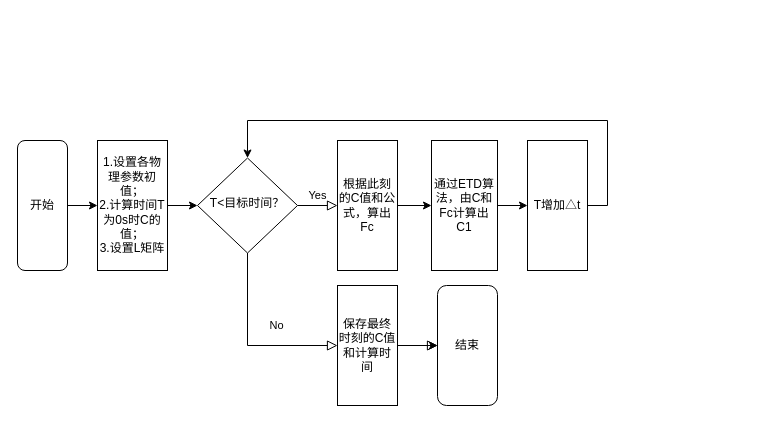
HimenoTowa/mpitutorial keeps this draw.io diagram as Untitled Diagram.drawio. Above is the earlier version. Source tidied: cells renumbered, new cells numbered last; positions are measured from the earlier drawing's top-left corner, leaving out a move shared by most shapes. Both pictures are drawn from the tidied source at 100%, with x=0, y=0 at pixel (17, 120).
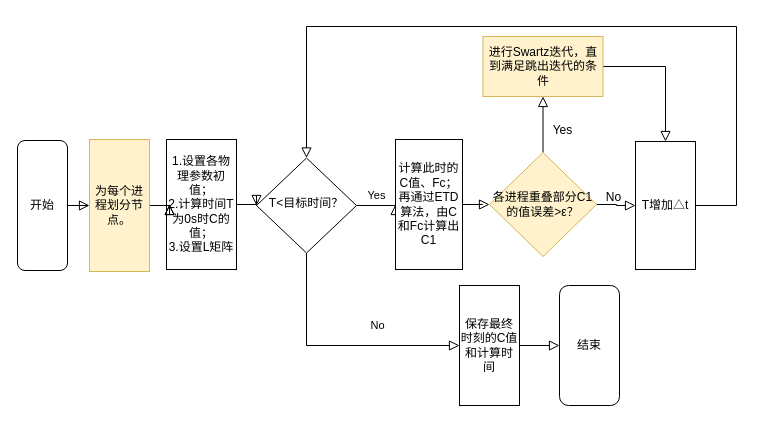
The same diagram, later.

Unchanged cells that the change refers to:
```xml
<mxCell id="3" value="开始" style="rounded=1;whiteSpace=wrap;html=1;fontSize=12;glass=0;strokeWidth=1;shadow=0;" parent="1" vertex="1">
  <mxGeometry y="20" width="50" height="130" as="geometry" />
</mxCell>
```

The edit, as a diff of the source:
```diff
@@
+    <mxCell id="19" style="edgeStyle=orthogonalEdgeStyle;rounded=0;jettySize=auto;html=1;shadow=0;labelBackgroundColor=none;endArrow=block;endFill=0;endSize=8;strokeWidth=1;" parent="1" edge="1" source="3" target="23">
+      <mxGeometry relative="1" as="geometry" />
+    </mxCell>
@@
     <mxCell id="5" value="T&amp;lt;目标时间？" style="rhombus;whiteSpace=wrap;html=1;shadow=0;fontFamily=Helvetica;fontSize=12;align=center;strokeWidth=1;spacing=6;spacingTop=-4;" parent="1" vertex="1">
-      <mxGeometry x="180" y="37.5" width="100" height="95" as="geometry" />
+      <mxGeometry x="239" y="37.5" width="100" height="95" as="geometry" />
     </mxCell>
     <mxCell id="6" value="结束" style="rounded=1;whiteSpace=wrap;html=1;fontSize=12;glass=0;strokeWidth=1;shadow=0;" parent="1" vertex="1">
-      <mxGeometry x="420" y="165" width="60" height="120" as="geometry" />
+      <mxGeometry x="542" y="165" width="60" height="120" as="geometry" />
     </mxCell>
-    <mxCell id="7" style="edgeStyle=orthogonalEdgeStyle;rounded=0;jettySize=auto;html=1;exitX=1;exitY=0.5;exitDx=0;exitDy=0;entryX=0;entryY=0.5;entryDx=0;entryDy=0;" parent="1" edge="1" source="3" target="8">
-      <mxGeometry relative="1" as="geometry" />
-    </mxCell>
+    <mxCell id="9" style="edgeStyle=orthogonalEdgeStyle;rounded=0;jettySize=auto;html=1;shadow=0;labelBackgroundColor=none;endArrow=block;endFill=0;endSize=8;strokeWidth=1;" parent="1" edge="1" source="8" target="5">
+      <mxGeometry relative="1" as="geometry" />
+    </mxCell>
     <mxCell id="8" value="1.设置各物理参数初值；&lt;br&gt;2.计算时间T为0s时C的值；&lt;br&gt;3.设置L矩阵" style="rounded=0;whiteSpace=wrap;html=1;" parent="1" vertex="1">
-      <mxGeometry x="80" y="20" width="70" height="130" as="geometry" />
+      <mxGeometry x="149" y="19" width="70" height="130" as="geometry" />
     </mxCell>
-    <mxCell id="9" style="edgeStyle=orthogonalEdgeStyle;rounded=0;jettySize=auto;html=1;exitX=1;exitY=0.5;exitDx=0;exitDy=0;entryX=0;entryY=0.5;entryDx=0;entryDy=0;" parent="1" edge="1" source="8" target="5">
-      <mxGeometry relative="1" as="geometry" />
-    </mxCell>
+    <mxCell id="20" style="edgeStyle=orthogonalEdgeStyle;rounded=0;jettySize=auto;html=1;shadow=0;labelBackgroundColor=none;endArrow=block;endFill=0;endSize=8;strokeWidth=1;" parent="1" edge="1" source="10" target="26">
+      <mxGeometry relative="1" as="geometry" />
+    </mxCell>
-    <mxCell id="10" value="根据此刻的C值和公式，算出Fc" style="rounded=0;whiteSpace=wrap;html=1;" parent="1" vertex="1">
-      <mxGeometry x="320" y="20" width="60" height="130" as="geometry" />
+    <mxCell id="10" value="计算此时的C值、Fc；再通过ETD算法，由C和Fc计算出C1" style="rounded=0;whiteSpace=wrap;html=1;" parent="1" vertex="1">
+      <mxGeometry x="378" y="19" width="67" height="130" as="geometry" />
     </mxCell>
-    <mxCell id="11" value="通过ETD算法，由C和Fc计算出C1" style="rounded=0;whiteSpace=wrap;html=1;" parent="1" vertex="1">
-      <mxGeometry x="414" y="20" width="66" height="130" as="geometry" />
-    </mxCell>
@@
     <mxCell id="13" value="保存最终时刻的C值和计算时间" style="rounded=0;whiteSpace=wrap;html=1;" parent="1" vertex="1">
-      <mxGeometry x="320" y="165" width="60" height="120" as="geometry" />
+      <mxGeometry x="442" y="165" width="60" height="120" as="geometry" />
     </mxCell>
-    <mxCell id="14" style="edgeStyle=orthogonalEdgeStyle;rounded=0;jettySize=auto;html=1;entryX=0;entryY=0.5;entryDx=0;entryDy=0;exitX=1;exitY=0.5;exitDx=0;exitDy=0;" parent="1" edge="1" source="13" target="6">
-      <mxGeometry relative="1" as="geometry" />
-    </mxCell>
-    <mxCell id="15" style="edgeStyle=orthogonalEdgeStyle;rounded=0;jettySize=auto;html=1;entryX=0;entryY=0.5;entryDx=0;entryDy=0;exitX=1;exitY=0.5;exitDx=0;exitDy=0;" parent="1" edge="1" source="10" target="11">
-      <mxGeometry relative="1" as="geometry" />
-    </mxCell>
+    <mxCell id="18" style="edgeStyle=orthogonalEdgeStyle;rounded=0;jettySize=auto;html=1;entryX=0.5;entryY=0;entryDx=0;entryDy=0;shadow=0;labelBackgroundColor=none;endArrow=block;endFill=0;endSize=8;strokeWidth=1;" parent="1" edge="1" source="16" target="5">
+      <mxGeometry relative="1" as="geometry">
+        <Array as="points">
+          <mxPoint x="719" y="85" />
+          <mxPoint x="719" y="-94" />
+          <mxPoint x="289" y="-94" />
+        </Array>
+      </mxGeometry>
+    </mxCell>
     <mxCell id="16" value="T增加△t" style="rounded=0;whiteSpace=wrap;html=1;" parent="1" vertex="1">
-      <mxGeometry x="510" y="20" width="60" height="130" as="geometry" />
+      <mxGeometry x="618" y="21" width="60" height="128" as="geometry" />
     </mxCell>
-    <mxCell id="17" style="edgeStyle=orthogonalEdgeStyle;rounded=0;jettySize=auto;html=1;entryX=0;entryY=0.5;entryDx=0;entryDy=0;exitX=1;exitY=0.5;exitDx=0;exitDy=0;" parent="1" edge="1" source="11" target="16">
-      <mxGeometry relative="1" as="geometry" />
-    </mxCell>
-    <mxCell id="18" style="edgeStyle=orthogonalEdgeStyle;rounded=0;jettySize=auto;html=1;entryX=0.5;entryY=0;entryDx=0;entryDy=0;exitX=1;exitY=0.5;exitDx=0;exitDy=0;" parent="1" edge="1" source="16" target="5">
-      <mxGeometry relative="1" as="geometry">
-        <Array as="points">
-          <mxPoint x="590" y="85" />
-          <mxPoint x="590" />
-          <mxPoint x="230" />
-        </Array>
-      </mxGeometry>
-    </mxCell>
+    <mxCell id="21" style="edgeStyle=orthogonalEdgeStyle;rounded=0;jettySize=auto;html=1;shadow=0;labelBackgroundColor=none;endArrow=block;endFill=0;endSize=8;strokeWidth=1;" parent="1" edge="1" source="23" target="8">
+      <mxGeometry relative="1" as="geometry" />
+    </mxCell>
+    <mxCell id="22" style="edgeStyle=orthogonalEdgeStyle;rounded=0;jettySize=auto;html=1;shadow=0;labelBackgroundColor=none;endArrow=block;endFill=0;endSize=8;strokeWidth=1;" parent="1" edge="1" source="23" target="8">
+      <mxGeometry relative="1" as="geometry" />
+    </mxCell>
+    <mxCell id="23" value="为每个进程划分节点。" style="rounded=0;whiteSpace=wrap;html=1;fillColor=#fff2cc;strokeColor=#d6b656;" parent="1" vertex="1">
+      <mxGeometry x="72" y="19" width="60" height="132" as="geometry" />
+    </mxCell>
+    <mxCell id="24" style="edgeStyle=orthogonalEdgeStyle;rounded=0;jettySize=auto;html=1;shadow=0;labelBackgroundColor=none;endArrow=block;endFill=0;endSize=8;strokeWidth=1;" parent="1" edge="1" source="26" target="28">
+      <mxGeometry relative="1" as="geometry" />
+    </mxCell>
+    <mxCell id="25" style="edgeStyle=orthogonalEdgeStyle;rounded=0;jettySize=auto;html=1;shadow=0;labelBackgroundColor=none;endArrow=block;endFill=0;endSize=8;strokeWidth=1;" parent="1" edge="1" source="26" target="16">
+      <mxGeometry relative="1" as="geometry" />
+    </mxCell>
+    <mxCell id="26" value="&lt;span&gt;各进程重叠部分C1的值误差&amp;gt;ε？&lt;/span&gt;" style="rhombus;whiteSpace=wrap;html=1;rounded=0;strokeColor=#d6b656;fillColor=#fff2cc;" parent="1" vertex="1">
+      <mxGeometry x="472" y="32" width="107" height="104" as="geometry" />
+    </mxCell>
+    <mxCell id="27" style="edgeStyle=orthogonalEdgeStyle;rounded=0;jettySize=auto;html=1;exitX=1;exitY=0.5;exitDx=0;exitDy=0;shadow=0;labelBackgroundColor=none;endArrow=block;endFill=0;endSize=8;strokeWidth=1;" parent="1" edge="1" source="28" target="16">
+      <mxGeometry relative="1" as="geometry" />
+    </mxCell>
+    <mxCell id="28" value="进行Swartz迭代，直到满足跳出迭代的条件" style="whiteSpace=wrap;html=1;rounded=0;strokeColor=#d6b656;fillColor=#fff2cc;" parent="1" vertex="1">
+      <mxGeometry x="465.5" y="-84" width="120" height="60" as="geometry" />
+    </mxCell>
+    <mxCell id="29" value="Yes" style="text;html=1;align=center;verticalAlign=middle;strokeColor=none;" parent="1" vertex="1">
+      <mxGeometry x="530" y="1" width="30" height="18" as="geometry" />
+    </mxCell>
+    <mxCell id="30" value="No" style="text;html=1;align=center;verticalAlign=middle;strokeColor=none;" parent="1" vertex="1">
+      <mxGeometry x="583" y="68" width="25" height="18" as="geometry" />
+    </mxCell>
```
